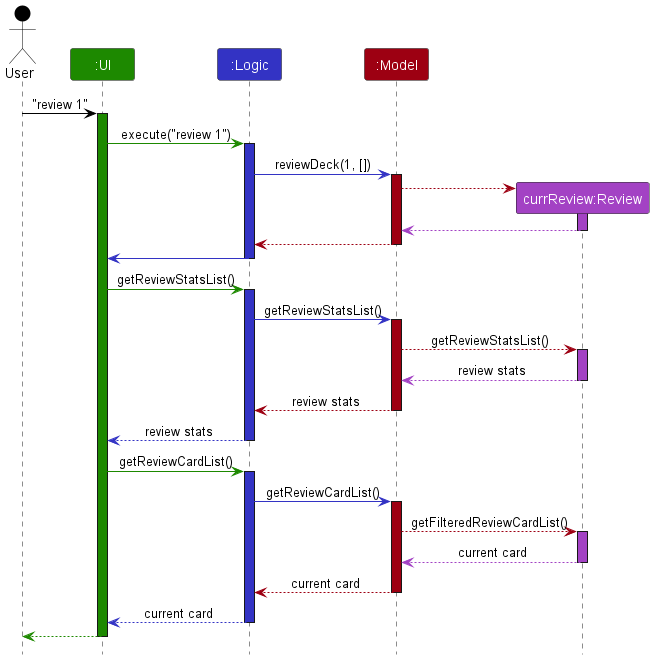
Earlier version of the PlantUML export docs/images/ReviewSequenceDiagram.png (nus-cs2103-AY2223S2/tp). Source of this version:
```plantuml
@startuml
!include style.puml

Actor User as user USER_COLOR
Participant ":UI" as ui UI_COLOR
Participant ":Logic" as logic LOGIC_COLOR
Participant ":Model" as model MODEL_COLOR
Participant "currReview:Review" as review REVIEW_COLOR


user -[USER_COLOR]> ui : "review 1"
activate ui UI_COLOR

ui -[UI_COLOR]> logic : execute("review 1")
activate logic LOGIC_COLOR

logic -[LOGIC_COLOR]> model : reviewDeck(1, [])
activate model MODEL_COLOR

create review
model -[MODEL_COLOR]-> review
activate review REVIEW_COLOR
review -[REVIEW_COLOR]-> model
deactivate review

model -[MODEL_COLOR]-> logic
deactivate model

logic -[LOGIC_COLOR]> ui
deactivate logic


ui -[UI_COLOR]> logic : getReviewStatsList()
activate logic LOGIC_COLOR

logic -[LOGIC_COLOR]> model : getReviewStatsList()
activate model MODEL_COLOR

model -[MODEL_COLOR]-> review : getReviewStatsList()
activate review REVIEW_COLOR
review -[REVIEW_COLOR]-> model : review stats
deactivate review

model -[MODEL_COLOR]-> logic : review stats
deactivate model

logic --[LOGIC_COLOR]> ui : review stats
deactivate logic



ui -[UI_COLOR]> logic : getReviewCardList()
activate logic LOGIC_COLOR

logic -[LOGIC_COLOR]> model : getReviewCardList()
activate model MODEL_COLOR

model -[MODEL_COLOR]-> review : getFilteredReviewCardList()
activate review REVIEW_COLOR
review -[REVIEW_COLOR]-> model : current card
deactivate review

model -[MODEL_COLOR]-> logic : current card
deactivate model

logic --[LOGIC_COLOR]> ui : current card
deactivate logic


ui--[UI_COLOR]> user
deactivate ui
@enduml
```
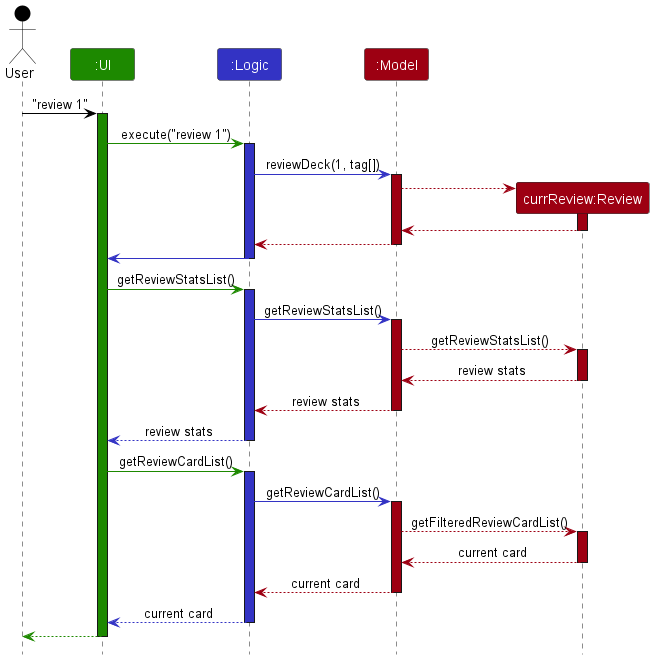
Above is the later version.

The edit, as a diff of the source:
```diff
@@ -5,7 +5,7 @@
 Participant ":UI" as ui UI_COLOR
 Participant ":Logic" as logic LOGIC_COLOR
 Participant ":Model" as model MODEL_COLOR
-Participant "currReview:Review" as review REVIEW_COLOR
+Participant "currReview:Review" as review MODEL_COLOR
 
 
 user -[USER_COLOR]> ui : "review 1"
@@ -14,13 +14,13 @@
 ui -[UI_COLOR]> logic : execute("review 1")
 activate logic LOGIC_COLOR
 
-logic -[LOGIC_COLOR]> model : reviewDeck(1, [])
+logic -[LOGIC_COLOR]> model : reviewDeck(1, tag[])
 activate model MODEL_COLOR
 
 create review
 model -[MODEL_COLOR]-> review
-activate review REVIEW_COLOR
-review -[REVIEW_COLOR]-> model
+activate review MODEL_COLOR
+review -[MODEL_COLOR]-> model
 deactivate review
 
 model -[MODEL_COLOR]-> logic
@@ -37,8 +37,8 @@
 activate model MODEL_COLOR
 
 model -[MODEL_COLOR]-> review : getReviewStatsList()
-activate review REVIEW_COLOR
-review -[REVIEW_COLOR]-> model : review stats
+activate review MODEL_COLOR
+review -[MODEL_COLOR]-> model : review stats
 deactivate review
 
 model -[MODEL_COLOR]-> logic : review stats
@@ -56,8 +56,8 @@
 activate model MODEL_COLOR
 
 model -[MODEL_COLOR]-> review : getFilteredReviewCardList()
-activate review REVIEW_COLOR
-review -[REVIEW_COLOR]-> model : current card
+activate review MODEL_COLOR
+review -[MODEL_COLOR]-> model : current card
 deactivate review
 
 model -[MODEL_COLOR]-> logic : current card
```
